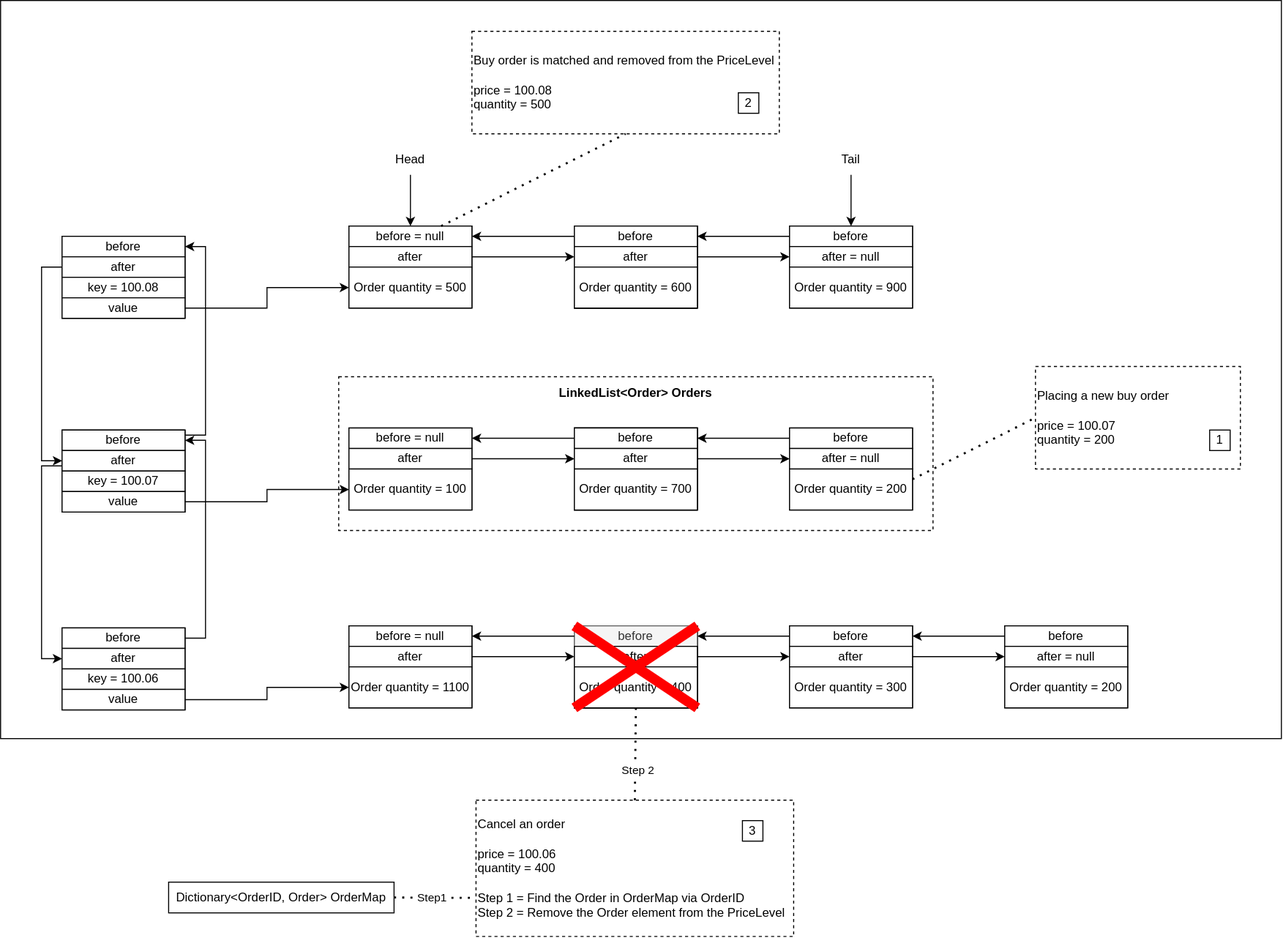
Before: assets/StockExchange_BuyBook.svg, a diagram exported from draw.io (devlnull/stock-exchange-design). Source tidied: cells renumbered, new cells last; positions are measured from the earlier drawing's top-left corner, leaving out a move shared by most shapes.
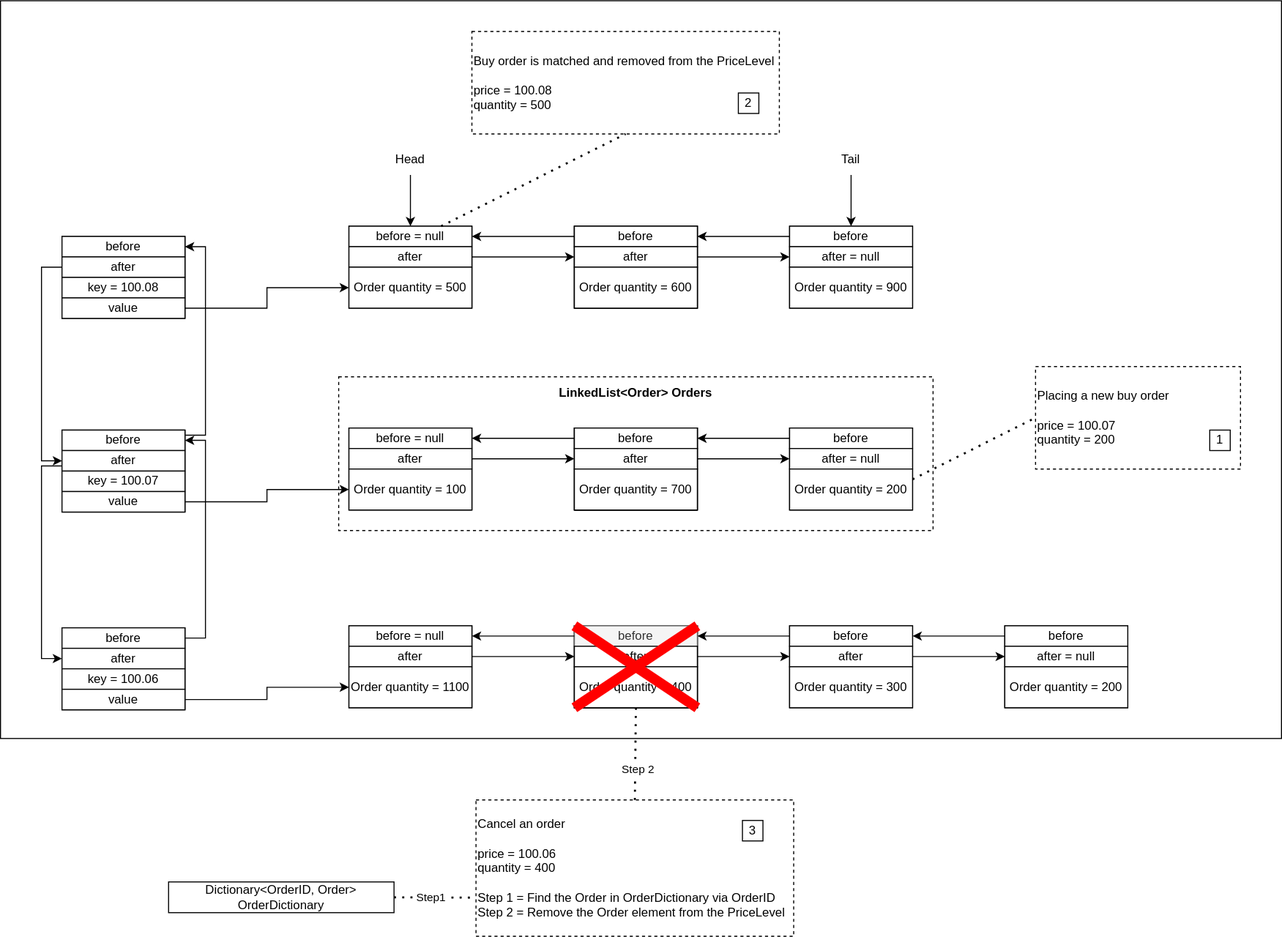
The same diagram one commit later.

Commit message:
Update buy book

Change to the diagram source:
```diff
@@ -5,7 +5,7 @@
     <mxCell id="2" style="rounded=0;whiteSpace=wrap;html=1;" parent="1" vertex="1">
       <mxGeometry width="1250" height="720" as="geometry" />
     </mxCell>
-    <mxCell id="3" value="Cancel an order&lt;div&gt;&lt;br&gt;&lt;/div&gt;&lt;div&gt;price = 100.06&lt;/div&gt;&lt;div&gt;quantity = 400&lt;/div&gt;&lt;div&gt;&lt;br&gt;&lt;/div&gt;&lt;div&gt;Step 1 = Find the Order in OrderMap via OrderID&lt;/div&gt;&lt;div&gt;Step 2 = Remove the Order element from the PriceLevel&lt;/div&gt;" style="rounded=0;whiteSpace=wrap;html=1;fillColor=none;dashed=1;align=left;" parent="1" vertex="1">
+    <mxCell id="3" value="Cancel an order&lt;div&gt;&lt;br&gt;&lt;/div&gt;&lt;div&gt;price = 100.06&lt;/div&gt;&lt;div&gt;quantity = 400&lt;/div&gt;&lt;div&gt;&lt;br&gt;&lt;/div&gt;&lt;div&gt;Step 1 = Find the Order in&amp;nbsp;&lt;span style=&quot;text-align: center;&quot;&gt;OrderDictionary&lt;/span&gt;&amp;nbsp;via OrderID&lt;/div&gt;&lt;div&gt;Step 2 = Remove the Order element from the PriceLevel&lt;/div&gt;" style="rounded=0;whiteSpace=wrap;html=1;fillColor=none;dashed=1;align=left;" parent="1" vertex="1">
       <mxGeometry x="464" y="780" width="310" height="133" as="geometry" />
     </mxCell>
     <mxCell id="4" style="group;" parent="1" vertex="1">
@@ -368,7 +368,7 @@
     <mxCell id="123" value="3" style="rounded=0;whiteSpace=wrap;html=1;" parent="1" vertex="1">
       <mxGeometry x="724" y="800" width="20" height="20" as="geometry" />
     </mxCell>
-    <mxCell id="124" value="Dictionary&amp;lt;OrderID, Order&amp;gt; OrderMap" style="rounded=0;whiteSpace=wrap;html=1;" parent="1" vertex="1">
+    <mxCell id="124" value="Dictionary&amp;lt;OrderID, Order&amp;gt; OrderDictionary" style="rounded=0;whiteSpace=wrap;html=1;" parent="1" vertex="1">
       <mxGeometry x="164" y="860" width="220" height="30" as="geometry" />
     </mxCell>
     <mxCell id="125" style="endArrow=none;dashed=1;html=1;dashPattern=1 3;strokeWidth=2;rounded=0;entryX=-0.001;entryY=0.717;entryDx=0;entryDy=0;entryPerimeter=0;exitX=1;exitY=0.5;exitDx=0;exitDy=0;" parent="1" edge="1" source="124" target="3">
```
